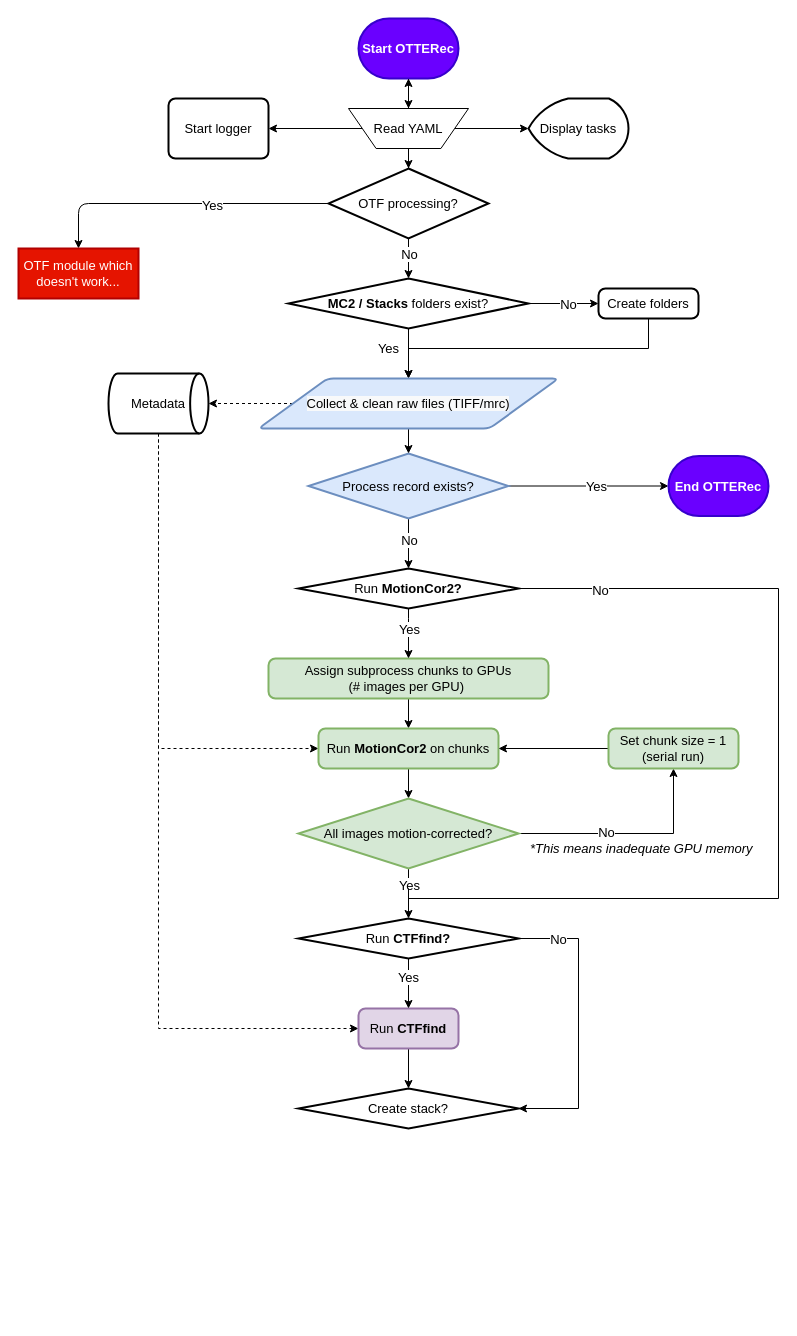
MasterVexillen/OTTERec keeps this draw.io diagram as Untitled Diagram.drawio. Above is the earlier version. Source tidied: cells renumbered, new cells numbered last; positions are measured from the earlier drawing's top-left corner, leaving out a move shared by most shapes. Both pictures are drawn from the tidied source at 100%, with x=0, y=0 at pixel (18, 18).
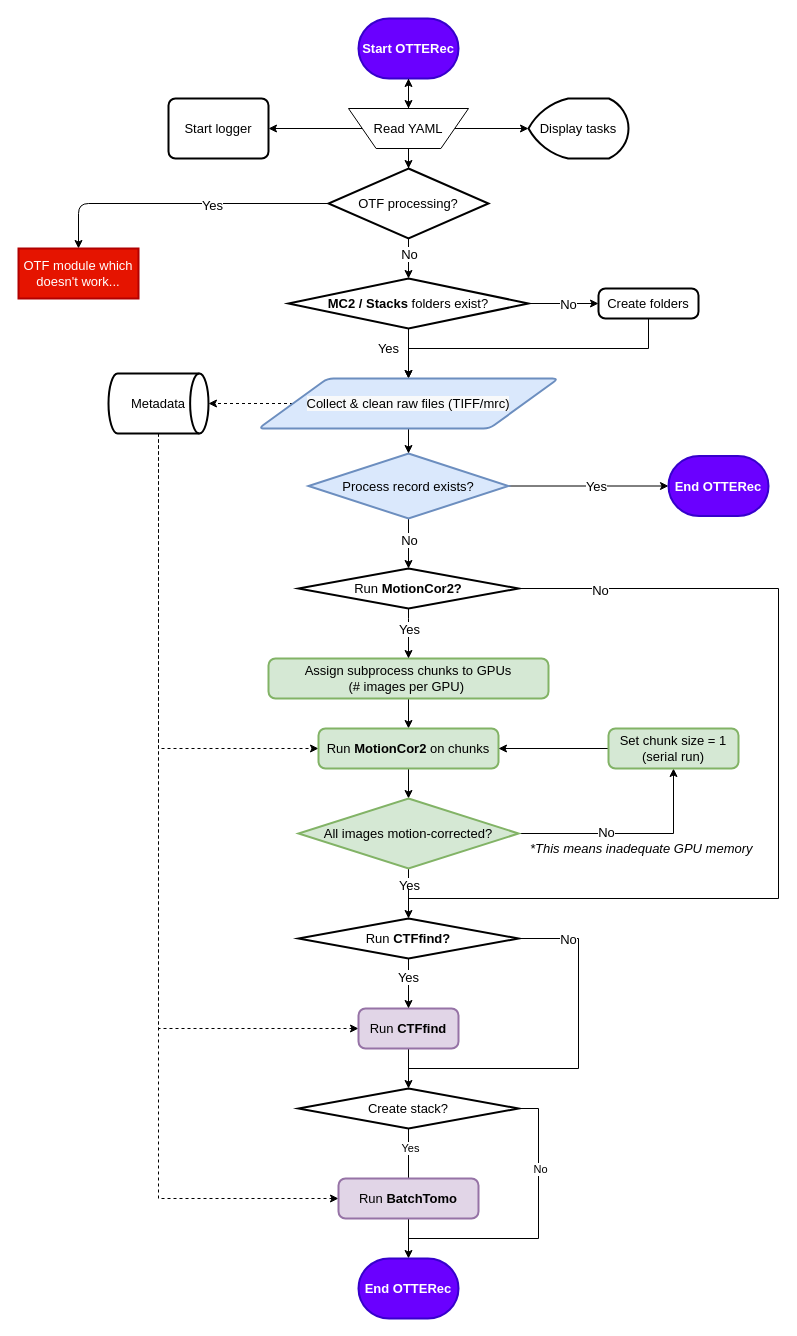
After the change.

The change refers to these unchanged cells:
```xml
<mxCell id="28" value="Metadata" style="strokeWidth=2;html=1;shape=mxgraph.flowchart.direct_data;whiteSpace=wrap;fontSize=13;" parent="1" vertex="1">
  <mxGeometry x="90" y="355" width="100" height="60" as="geometry" />
</mxCell>
<mxCell id="58" value="Run &lt;b&gt;CTFfind?&lt;/b&gt;" style="strokeWidth=2;html=1;shape=mxgraph.flowchart.decision;whiteSpace=wrap;rounded=1;fontSize=13;" parent="1" vertex="1">
  <mxGeometry x="280" y="900" width="220" height="40" as="geometry" />
</mxCell>
<mxCell id="59" value="Create stack?" style="strokeWidth=2;html=1;shape=mxgraph.flowchart.decision;whiteSpace=wrap;rounded=1;fontSize=13;" parent="1" vertex="1">
  <mxGeometry x="280" y="1070" width="220" height="40" as="geometry" />
</mxCell>
```

Diff of the diagram source:
```diff
@@
+    <mxCell id="60" style="edgeStyle=orthogonalEdgeStyle;rounded=0;jettySize=auto;html=1;entryX=0;entryY=0.5;entryDx=0;entryDy=0;endArrow=classic;endFill=1;dashed=1;" parent="1" edge="1" source="28" target="66">
+      <mxGeometry relative="1" as="geometry">
+        <Array as="points">
+          <mxPoint x="140" y="1180" />
+        </Array>
+      </mxGeometry>
+    </mxCell>
@@
-    <mxCell id="56" style="edgeStyle=orthogonalEdgeStyle;rounded=0;jettySize=auto;html=1;exitX=1;exitY=0.5;exitDx=0;exitDy=0;exitPerimeter=0;entryX=1;entryY=0.5;entryDx=0;entryDy=0;entryPerimeter=0;fontSize=13;" parent="1" edge="1" source="58" target="59">
+    <mxCell id="56" style="edgeStyle=orthogonalEdgeStyle;rounded=0;jettySize=auto;html=1;exitX=1;exitY=0.5;exitDx=0;exitDy=0;exitPerimeter=0;fontSize=13;endArrow=none;endFill=0;" parent="1" edge="1" source="58">
       <mxGeometry relative="1" as="geometry">
+        <mxPoint x="390" y="1050" as="targetPoint" />
         <Array as="points">
           <mxPoint x="560" y="920" />
-          <mxPoint x="560" y="1090" />
+          <mxPoint x="560" y="1050" />
         </Array>
       </mxGeometry>
     </mxCell>
@@
+    <mxCell id="61" style="edgeStyle=orthogonalEdgeStyle;rounded=0;jettySize=auto;html=1;exitX=0.5;exitY=1;exitDx=0;exitDy=0;exitPerimeter=0;endArrow=none;endFill=0;" parent="1" edge="1" source="59" target="66">
+      <mxGeometry relative="1" as="geometry" />
+    </mxCell>
+    <mxCell id="62" value="Yes" style="edgeLabel;html=1;align=center;verticalAlign=middle;" parent="61" vertex="1">
+      <mxGeometry x="-0.23" y="1" relative="1" as="geometry" />
+    </mxCell>
+    <mxCell id="63" style="edgeStyle=orthogonalEdgeStyle;rounded=0;jettySize=auto;html=1;exitX=1;exitY=0.5;exitDx=0;exitDy=0;exitPerimeter=0;endArrow=none;endFill=0;" parent="1" edge="1" source="59">
+      <mxGeometry relative="1" as="geometry">
+        <mxPoint x="390" y="1210" as="targetPoint" />
+        <Array as="points">
+          <mxPoint x="520" y="1090" />
+          <mxPoint x="520" y="1220" />
+          <mxPoint x="390" y="1220" />
+        </Array>
+      </mxGeometry>
+    </mxCell>
+    <mxCell id="64" value="No" style="edgeLabel;html=1;align=center;verticalAlign=middle;" parent="63" vertex="1">
+      <mxGeometry x="-0.45" y="1" relative="1" as="geometry" />
+    </mxCell>
@@
+    <mxCell id="65" style="edgeStyle=orthogonalEdgeStyle;rounded=0;jettySize=auto;html=1;exitX=0.5;exitY=1;exitDx=0;exitDy=0;fontSize=13;" parent="1" edge="1" source="66" target="67">
+      <mxGeometry relative="1" as="geometry" />
+    </mxCell>
+    <mxCell id="66" value="Run &lt;b&gt;BatchTomo&lt;/b&gt;" style="rounded=1;whiteSpace=wrap;html=1;absoluteArcSize=1;arcSize=14;strokeWidth=2;fontSize=13;fillColor=#e1d5e7;strokeColor=#9673a6;" parent="1" vertex="1">
+      <mxGeometry x="320" y="1160" width="140" height="40" as="geometry" />
+    </mxCell>
+    <mxCell id="67" value="End OTTERec" style="strokeWidth=2;html=1;shape=mxgraph.flowchart.terminator;whiteSpace=wrap;fillColor=#6a00ff;strokeColor=#3700CC;fontColor=#ffffff;fontSize=13;fontStyle=1;" parent="1" vertex="1">
+      <mxGeometry x="340" y="1240" width="100" height="60" as="geometry" />
+    </mxCell>
```
